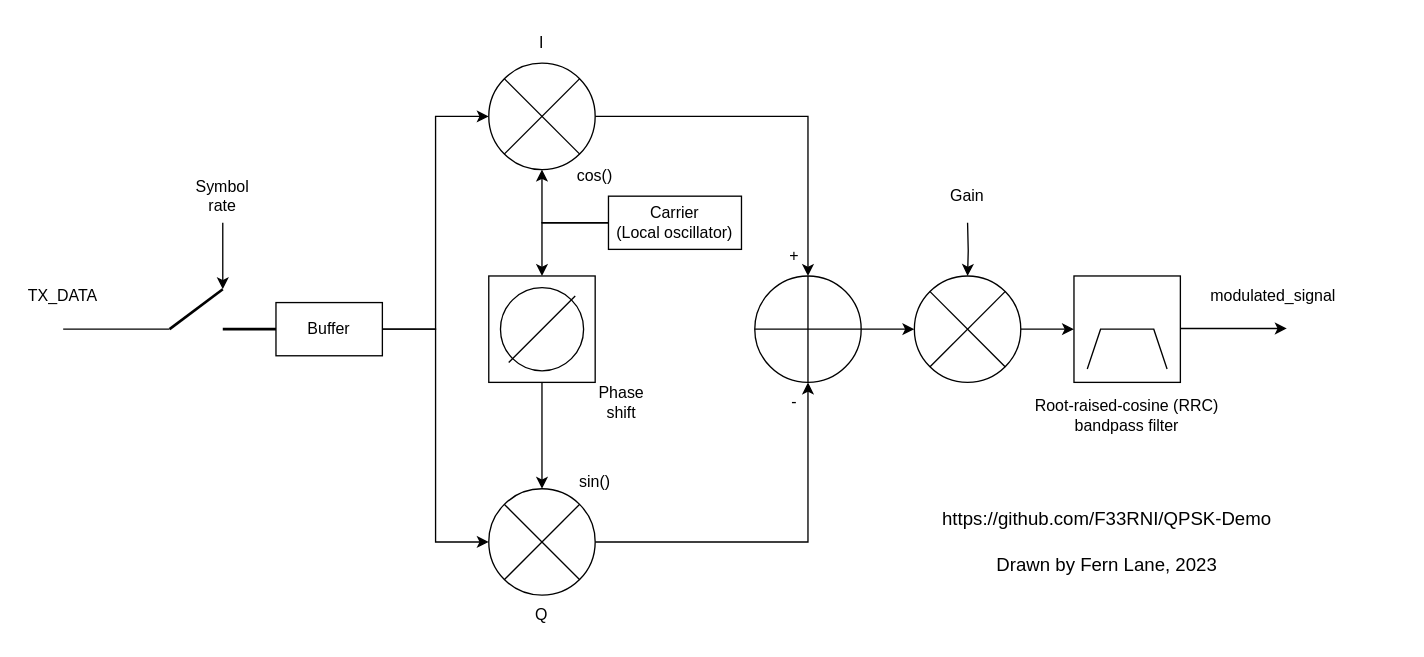
F33RNI/QPSK-Demo keeps this draw.io diagram as drawio/QPSK-Demo modulator.drawio. Above is the earlier version. Source tidied: cells renumbered, new cells numbered last; positions are measured from the earlier drawing's top-left corner, leaving out a move shared by most shapes. Both pictures are drawn from the tidied source at 133%, with x=0, y=0 at pixel (23, 23).
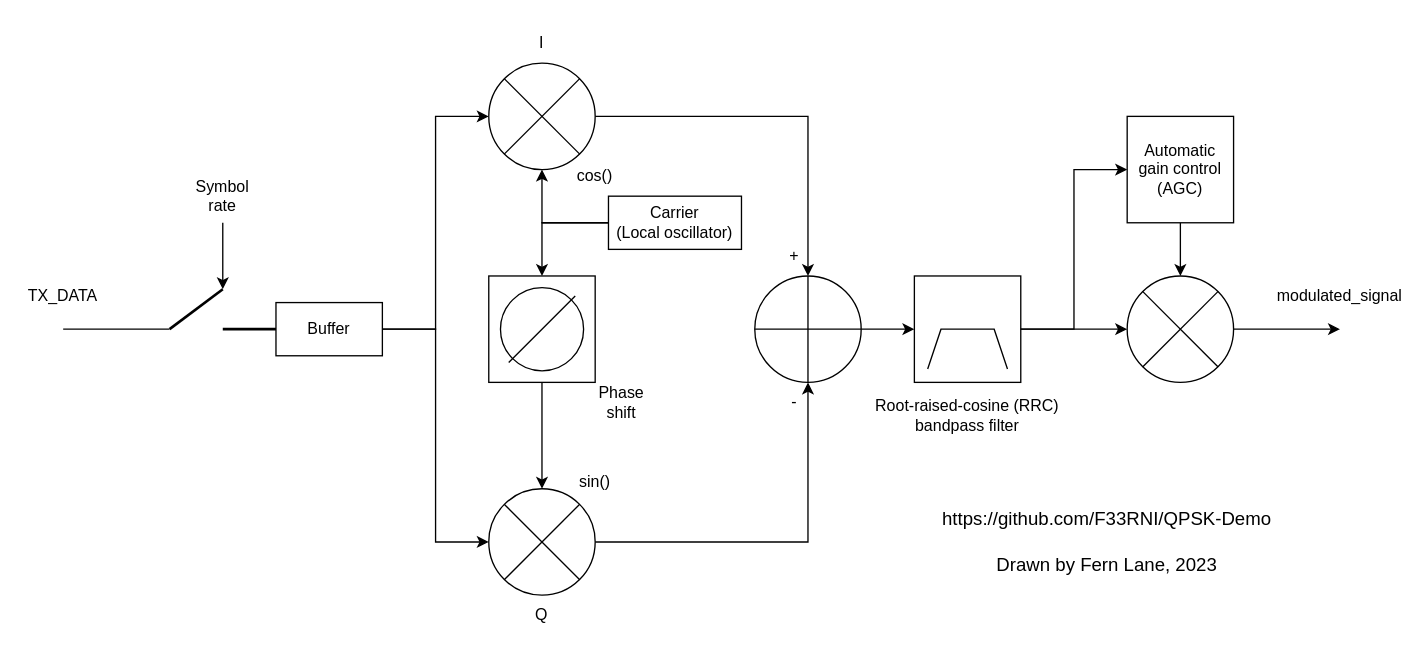
The same page after the edit.

Commit message (it also covers changes not shown here):
Add AGC to modulator

Unchanged cells that the change refers to:
```xml
<mxCell id="19" style="shape=orEllipse;perimeter=ellipsePerimeter;whiteSpace=wrap;html=1;backgroundOutline=1;" parent="1" vertex="1">
  <mxGeometry x="550" y="190" width="80" height="80" as="geometry" />
</mxCell>
<mxCell id="35" style="rounded=0;whiteSpace=wrap;html=1;" parent="34" vertex="1">
  <mxGeometry width="80" height="80" as="geometry" />
</mxCell>
```

Diff of the diagram source:
```diff
@@
-    <mxCell id="18" style="edgeStyle=orthogonalEdgeStyle;rounded=0;jettySize=auto;html=1;strokeWidth=1;" parent="1" edge="1" source="19" target="23">
-      <mxGeometry relative="1" as="geometry" />
+    <mxCell id="18" style="edgeStyle=orthogonalEdgeStyle;rounded=0;jettySize=auto;html=1;strokeWidth=1;" parent="1" edge="1" source="19">
+      <mxGeometry relative="1" as="geometry">
+        <mxPoint x="670" y="230" as="targetPoint" />
+      </mxGeometry>
     </mxCell>
@@
-    <mxCell id="22" style="edgeStyle=orthogonalEdgeStyle;rounded=0;jettySize=auto;html=1;" parent="1" edge="1" source="23">
-      <mxGeometry relative="1" as="geometry">
-        <mxPoint x="790" y="230" as="targetPoint" />
-      </mxGeometry>
-    </mxCell>
-    <mxCell id="23" style="shape=sumEllipse;perimeter=ellipsePerimeter;whiteSpace=wrap;html=1;backgroundOutline=1;" parent="1" vertex="1">
-      <mxGeometry x="670" y="190" width="80" height="80" as="geometry" />
-    </mxCell>
-    <mxCell id="24" style="edgeStyle=orthogonalEdgeStyle;rounded=0;jettySize=auto;html=1;entryX=0.5;entryY=0;entryDx=0;entryDy=0;strokeWidth=1;" parent="1" edge="1" target="23">
-      <mxGeometry relative="1" as="geometry">
-        <mxPoint x="710" y="150" as="sourcePoint" />
-      </mxGeometry>
-    </mxCell>
     <mxCell id="25" value="modulated_signal" style="text;html=1;strokeColor=none;fillColor=none;align=center;verticalAlign=middle;whiteSpace=wrap;rounded=0;" parent="1" vertex="1">
-      <mxGeometry x="910" y="190" width="60" height="30" as="geometry" />
+      <mxGeometry x="960" y="190" width="60" height="30" as="geometry" />
     </mxCell>
@@
-    <mxCell id="33" style="edgeStyle=orthogonalEdgeStyle;rounded=0;orthogonalLoop=1;jettySize=auto;html=1;" parent="1" edge="1">
-      <mxGeometry relative="1" as="geometry">
-        <mxPoint x="870" y="229.5" as="sourcePoint" />
-        <mxPoint x="950" y="229.5" as="targetPoint" />
-      </mxGeometry>
-    </mxCell>
     <mxCell id="34" style="group;" parent="1" vertex="1">
-      <mxGeometry x="790" y="190" width="80" height="80" as="geometry" />
+      <mxGeometry x="670" y="190" width="80" height="80" as="geometry" />
     </mxCell>
@@
     <mxCell id="37" value="Root-raised-cosine (RRC) bandpass filter" style="text;html=1;strokeColor=none;fillColor=none;align=center;verticalAlign=middle;whiteSpace=wrap;rounded=0;" parent="1" vertex="1">
-      <mxGeometry x="755" y="280" width="150" height="30" as="geometry" />
+      <mxGeometry x="635" y="280" width="150" height="30" as="geometry" />
     </mxCell>
@@
-    <mxCell id="39" value="Gain" style="text;html=1;strokeColor=none;fillColor=none;align=center;verticalAlign=middle;whiteSpace=wrap;rounded=0;" parent="1" vertex="1">
-      <mxGeometry x="680" y="115" width="60" height="30" as="geometry" />
-    </mxCell>
@@
+    <mxCell id="44" style="edgeStyle=orthogonalEdgeStyle;rounded=0;jettySize=auto;html=1;entryX=0.5;entryY=0;entryDx=0;entryDy=0;" parent="1" edge="1" source="45" target="47">
+      <mxGeometry relative="1" as="geometry" />
+    </mxCell>
+    <mxCell id="45" value="Automatic gain control (AGC)" style="rounded=0;whiteSpace=wrap;html=1;" parent="1" vertex="1">
+      <mxGeometry x="830" y="70" width="80" height="80" as="geometry" />
+    </mxCell>
+    <mxCell id="46" style="edgeStyle=orthogonalEdgeStyle;rounded=0;jettySize=auto;html=1;" parent="1" edge="1" source="47">
+      <mxGeometry relative="1" as="geometry">
+        <mxPoint x="990" y="230" as="targetPoint" />
+      </mxGeometry>
+    </mxCell>
+    <mxCell id="47" style="shape=sumEllipse;perimeter=ellipsePerimeter;whiteSpace=wrap;html=1;backgroundOutline=1;" parent="1" vertex="1">
+      <mxGeometry x="830" y="190" width="80" height="80" as="geometry" />
+    </mxCell>
+    <mxCell id="48" style="edgeStyle=orthogonalEdgeStyle;rounded=0;jettySize=auto;html=1;entryX=0;entryY=0.5;entryDx=0;entryDy=0;" parent="1" edge="1" source="35" target="47">
+      <mxGeometry relative="1" as="geometry" />
+    </mxCell>
+    <mxCell id="49" style="edgeStyle=orthogonalEdgeStyle;rounded=0;jettySize=auto;html=1;exitX=1;exitY=0.5;exitDx=0;exitDy=0;entryX=0;entryY=0.5;entryDx=0;entryDy=0;" parent="1" edge="1" source="35" target="45">
+      <mxGeometry relative="1" as="geometry" />
+    </mxCell>
```
